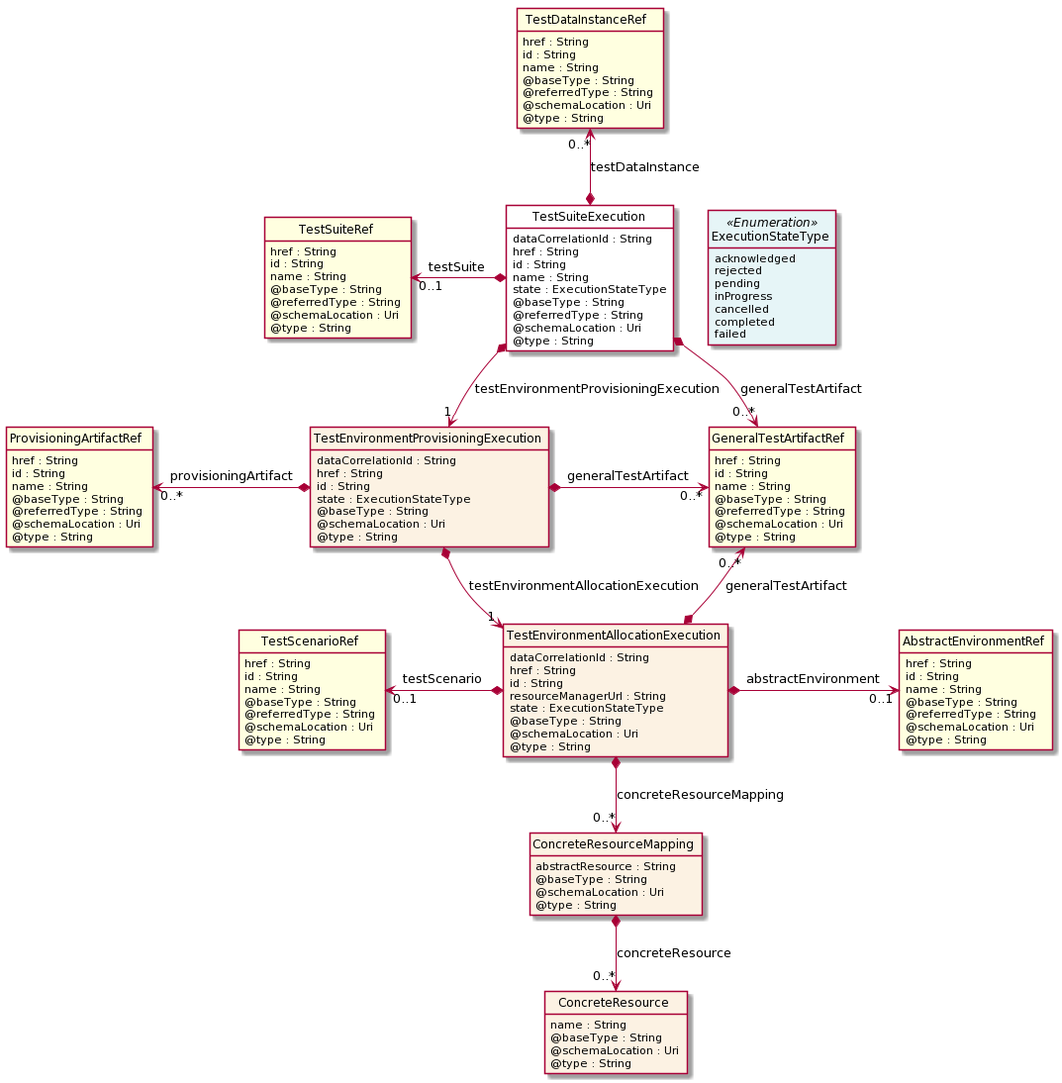
Above: apis/TMF708_Test_Execution/documentation/diagrams/Resource_TestSuiteExecution.png in tmforum-apis/Open_Api_And_Data_Model (PlantUML), before the change.
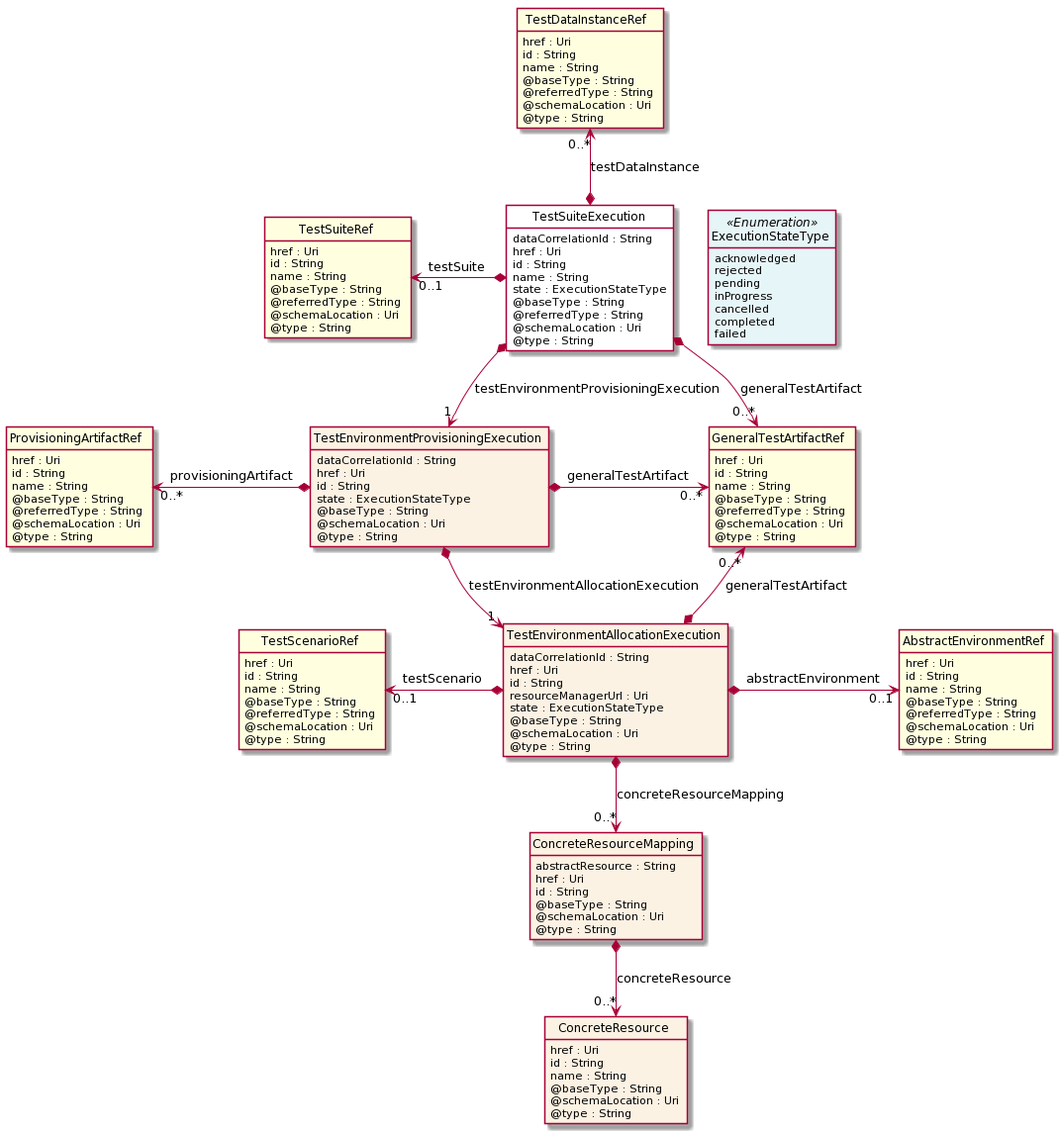
Above is the later version.

Change to the diagram source:
```diff
@@ -12,7 +12,7 @@
 
 class TestSuiteExecution  <<Pivot>> {
     dataCorrelationId : String
-    href : String
+    href : Uri
     id : String
     name : String
     state : ExecutionStateType
@@ -33,7 +33,7 @@
 }
 
 class GeneralTestArtifactRef  <<Ref>> {
-    href : String
+    href : Uri
     id : String
     name : String
     @baseType : String
@@ -43,7 +43,7 @@
 }
 
 class TestSuiteRef  <<Ref>> {
-    href : String
+    href : Uri
     id : String
     name : String
     @baseType : String
@@ -54,7 +54,7 @@
 
 class TestEnvironmentProvisioningExecution  {
     dataCorrelationId : String
-    href : String
+    href : Uri
     id : String
     state : ExecutionStateType
     @baseType : String
@@ -63,7 +63,7 @@
 }
 
 class ProvisioningArtifactRef  <<Ref>> {
-    href : String
+    href : Uri
     id : String
     name : String
     @baseType : String
@@ -74,9 +74,9 @@
 
 class TestEnvironmentAllocationExecution  {
     dataCorrelationId : String
-    href : String
+    href : Uri
     id : String
-    resourceManagerUrl : String
+    resourceManagerUrl : Uri
     state : ExecutionStateType
     @baseType : String
     @schemaLocation : Uri
@@ -84,7 +84,7 @@
 }
 
 class AbstractEnvironmentRef  <<Ref>> {
-    href : String
+    href : Uri
     id : String
     name : String
     @baseType : String
@@ -94,7 +94,7 @@
 }
 
 class TestScenarioRef  <<Ref>> {
-    href : String
+    href : Uri
     id : String
     name : String
     @baseType : String
@@ -105,12 +105,16 @@
 
 class ConcreteResourceMapping  {
     abstractResource : String
+    href : Uri
+    id : String
     @baseType : String
     @schemaLocation : Uri
     @type : String
 }
 
 class ConcreteResource  {
+    href : Uri
+    id : String
     name : String
     @baseType : String
     @schemaLocation : Uri
@@ -118,7 +122,7 @@
 }
 
 class TestDataInstanceRef  <<Ref>> {
-    href : String
+    href : Uri
     id : String
     name : String
     @baseType : String
```
